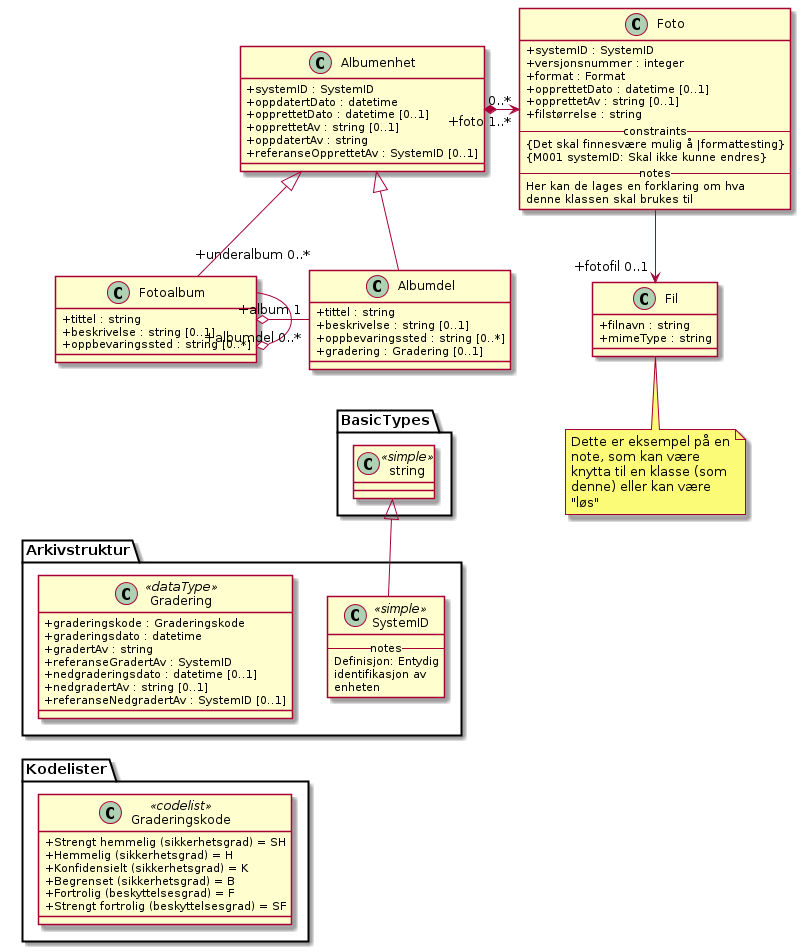
This is kapitler/media/uml-forklaring-om-notasjon-som-er-brukt.png from arkivverket/noark5-tjenestegrensesnitt-standard, a PlantUML export, as it was before one commit. Its diagram source:
```plantuml
@startuml
skinparam classAttributeIconSize 0
class Albumenhet {
  +systemID : SystemID
  +oppdatertDato : datetime
  +opprettetDato : datetime [0..1]
  +opprettetAv : string [0..1]
  +oppdatertAv : string
  +referanseOpprettetAv : SystemID [0..1]
}
class Foto {
  +systemID : SystemID
  +versjonsnummer : integer
  +format : Format
  +opprettetDato : datetime [0..1]
  +opprettetAv : string [0..1]
  +filstørrelse : string
  -- constraints --
  {Det skal finnesvære mulig å |formattesting}
  {M001 systemID: Skal ikke kunne endres}
  -- notes --
  Her kan de lages en forklaring om hva
  denne klassen skal brukes til
}
Albumenhet "0..*" *-> "+foto 1..*" Foto
class Fil {
  +filnavn : string
  +mimeType : string
}
Foto --> "+fotofil 0..1" Fil
note bottom of Fil : Dette er eksempel på en\nnote, som kan være\nknytta til en klasse (som\ndenne) eller kan være\n"løs"

class Fotoalbum {
  +tittel : string
  +beskrivelse : string [0..1]
  +oppbevaringssted : string [0..*]
}
class Albumdel {
  +tittel : string
  +beskrivelse : string [0..1]
  +oppbevaringssted : string [0..*]
  +gradering : Gradering [0..1]
}
Fotoalbum "+underalbum 0..*" --o Fotoalbum
Fotoalbum "+album 1" o- "+albumdel 0..*" Albumdel
Albumenhet <|-- Fotoalbum
Albumenhet <|-- Albumdel

class Arkivstruktur.Gradering <<dataType>> {
  +graderingskode : Graderingskode
  +graderingsdato : datetime
  +gradertAv : string
  +referanseGradertAv : SystemID
  +nedgraderingsdato : datetime [0..1]
  +nedgradertAv : string [0..1]
  +referanseNedgradertAv : SystemID [0..1]
}
class Kodelister.Graderingskode <<codelist>> {
  {field} +Strengt hemmelig (sikkerhetsgrad) = SH
  {field} +Hemmelig (sikkerhetsgrad) = H
  {field} +Konfidensielt (sikkerhetsgrad) = K
  {field} +Begrenset (sikkerhetsgrad) = B
  {field} +Fortrolig (beskyttelsesgrad) = F
  {field} +Strengt fortrolig (beskyttelsesgrad) = SF
}

class Arkivstruktur.SystemID <<simple>> {
  -- notes --
  Definisjon: Entydig
  identifikasjon av
  enheten
}
class BasicTypes.string <<simple>>
class Arkivstruktur.SystemID <<simple>>
BasicTypes.string <|-- Arkivstruktur.SystemID
Fotoalbum <-[hidden]- Arkivstruktur.Gradering
Arkivstruktur.Gradering <-[hidden]- Kodelister.Graderingskode
Albumdel <-[hidden]- BasicTypes.string
@enduml
```
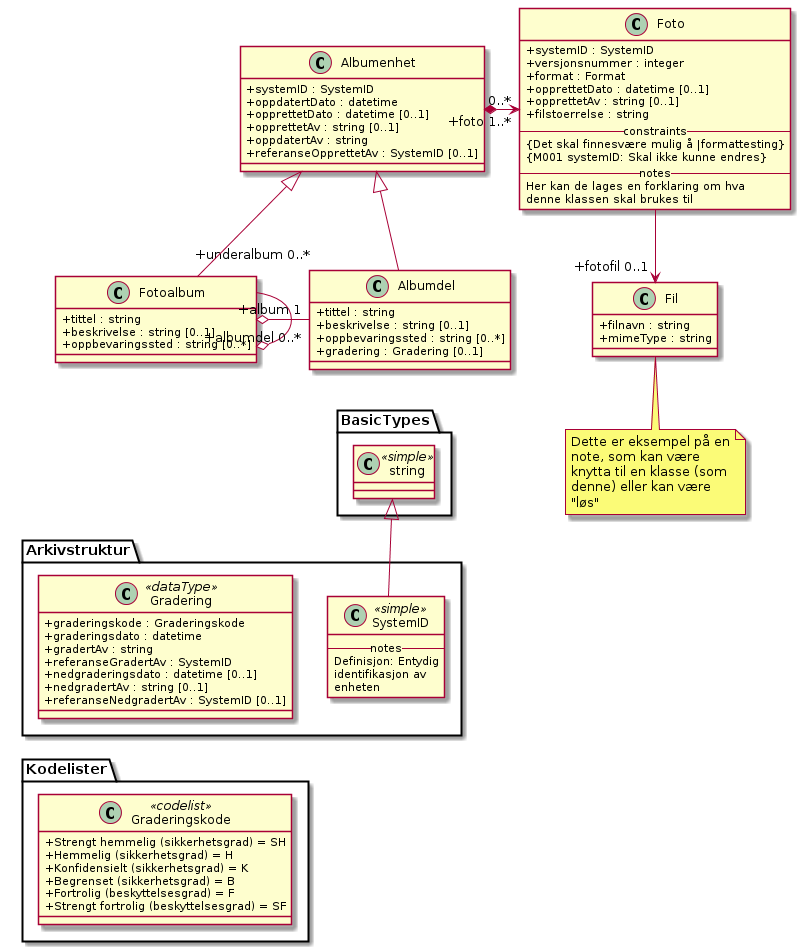
The same diagram one commit later.

Change to the diagram source:
```diff
@@ -14,7 +14,7 @@
   +format : Format
   +opprettetDato : datetime [0..1]
   +opprettetAv : string [0..1]
-  +filstørrelse : string
+  +filstoerrelse : string
   -- constraints --
   {Det skal finnesvære mulig å |formattesting}
   {M001 systemID: Skal ikke kunne endres}
```
